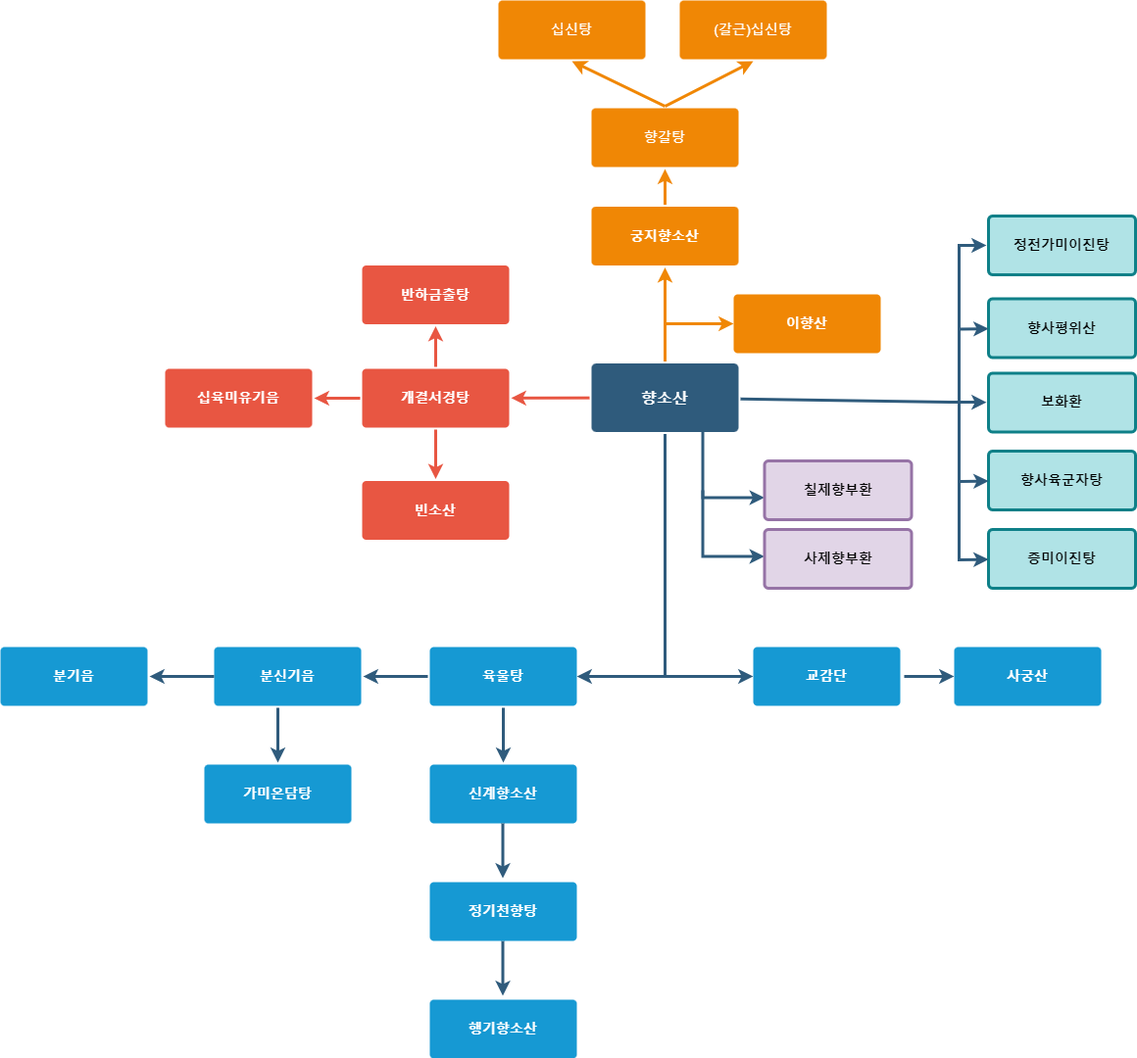
Jinzin71/sparta keeps this draw.io diagram as 향소산플로우차트.drawio.png. Above is the earlier version. Source tidied: cells renumbered, new cells last; positions are measured from the earlier drawing's top-left corner, leaving out a move shared by most shapes.
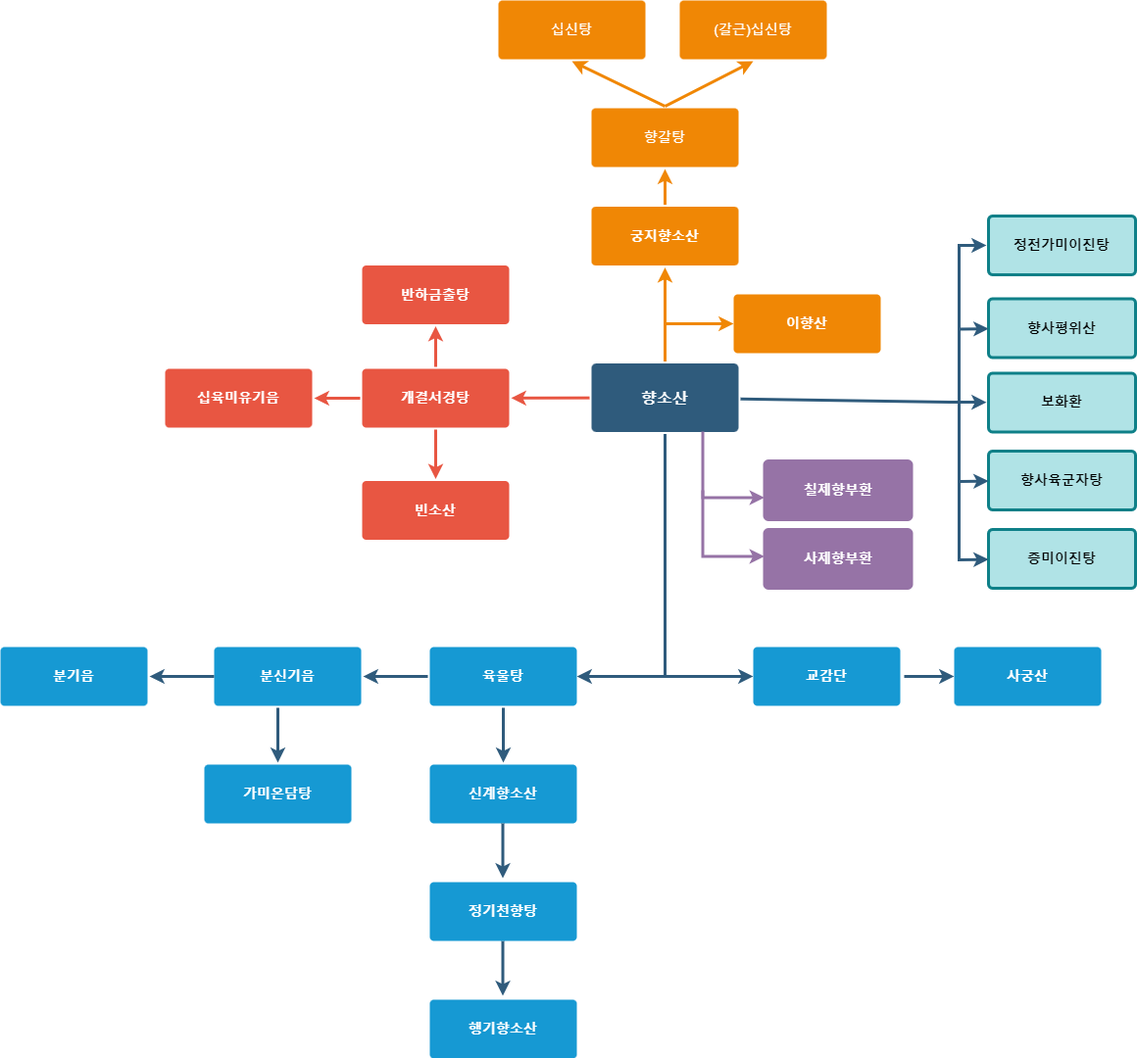
The same diagram one commit later.

Commit message:
향소산플로우차트.drawio.png 업데이트

Diff of the diagram source:
```diff
@@ -100,7 +100,7 @@
     <mxCell id="29" value="빈소산" style="rounded=1;whiteSpace=wrap;html=1;shadow=0;labelBackgroundColor=none;strokeColor=none;strokeWidth=3;fillColor=#E85642;fontFamily=Helvetica;fontSize=14;fontColor=#FFFFFF;align=center;spacing=5;fontStyle=1;arcSize=7;perimeterSpacing=2;" parent="1" vertex="1">
       <mxGeometry x="369" y="490.5" width="150" height="60" as="geometry" />
     </mxCell>
-    <mxCell id="30" style="edgeStyle=none;rounded=0;jumpStyle=none;html=1;shadow=0;labelBackgroundColor=none;startArrow=none;startFill=0;endArrow=classic;endFill=1;jettySize=auto;orthogonalLoop=1;strokeColor=#2F5B7C;strokeWidth=3;fontFamily=Helvetica;fontSize=16;fontColor=#23445D;spacing=5;exitX=1;exitY=1;exitDx=0;exitDy=0;" parent="1" edge="1">
+    <mxCell id="30" style="edgeStyle=none;rounded=0;jumpStyle=none;html=1;shadow=0;labelBackgroundColor=none;startArrow=none;startFill=0;endArrow=classic;endFill=1;jettySize=auto;orthogonalLoop=1;strokeColor=#9673A6;strokeWidth=3;fontFamily=Helvetica;fontSize=16;fontColor=#23445D;spacing=5;exitX=1;exitY=1;exitDx=0;exitDy=0;" parent="1" edge="1">
       <mxGeometry relative="1" as="geometry">
         <mxPoint x="716.5" y="440" as="sourcePoint" />
         <mxPoint x="779.5" y="507.5" as="targetPoint" />
@@ -109,10 +109,10 @@
         </Array>
       </mxGeometry>
     </mxCell>
-    <mxCell id="31" value="칠제향부환" style="rounded=1;whiteSpace=wrap;html=1;shadow=0;labelBackgroundColor=none;strokeColor=#9673a6;strokeWidth=3;fillColor=#e1d5e7;fontFamily=Helvetica;fontSize=14;align=center;spacing=5;fontStyle=1;arcSize=7;perimeterSpacing=2;" parent="1" vertex="1">
+    <mxCell id="31" value="&lt;font color=&quot;#ffffff&quot;&gt;칠제향부환&lt;/font&gt;" style="rounded=1;whiteSpace=wrap;html=1;shadow=0;labelBackgroundColor=none;strokeColor=#9673A6;strokeWidth=3;fillColor=#9673A6;fontFamily=Helvetica;fontSize=14;align=center;spacing=5;fontStyle=1;arcSize=7;perimeterSpacing=2;" parent="1" vertex="1">
       <mxGeometry x="779.5" y="470" width="150" height="60" as="geometry" />
     </mxCell>
-    <mxCell id="32" style="edgeStyle=none;rounded=0;jumpStyle=none;html=1;shadow=0;labelBackgroundColor=none;startArrow=none;startFill=0;endArrow=classic;endFill=1;jettySize=auto;orthogonalLoop=1;strokeColor=#2F5B7C;strokeWidth=3;fontFamily=Helvetica;fontSize=16;fontColor=#23445D;spacing=5;exitX=1;exitY=1;exitDx=0;exitDy=0;" parent="1" edge="1">
+    <mxCell id="32" style="edgeStyle=none;rounded=0;jumpStyle=none;html=1;shadow=0;labelBackgroundColor=none;startArrow=none;startFill=0;endArrow=classic;endFill=1;jettySize=auto;orthogonalLoop=1;strokeColor=#9673A6;strokeWidth=3;fontFamily=Helvetica;fontSize=16;fontColor=#23445D;spacing=5;exitX=1;exitY=1;exitDx=0;exitDy=0;" parent="1" edge="1">
       <mxGeometry relative="1" as="geometry">
         <mxPoint x="716.5" y="500" as="sourcePoint" />
         <mxPoint x="779.5" y="567.5" as="targetPoint" />
@@ -121,7 +121,7 @@
         </Array>
       </mxGeometry>
     </mxCell>
-    <mxCell id="33" value="사제향부환" style="rounded=1;whiteSpace=wrap;html=1;shadow=0;labelBackgroundColor=none;strokeColor=#9673a6;strokeWidth=3;fillColor=#e1d5e7;fontFamily=Helvetica;fontSize=14;align=center;spacing=5;fontStyle=1;arcSize=7;perimeterSpacing=2;" parent="1" vertex="1">
+    <mxCell id="33" value="&lt;font color=&quot;#ffffff&quot;&gt;사제향부환&lt;/font&gt;" style="rounded=1;whiteSpace=wrap;html=1;shadow=0;labelBackgroundColor=none;strokeColor=#9673a6;strokeWidth=3;fillColor=#9673A6;fontFamily=Helvetica;fontSize=14;align=center;spacing=5;fontStyle=1;arcSize=7;perimeterSpacing=2;" parent="1" vertex="1">
       <mxGeometry x="779.5" y="540" width="150" height="60" as="geometry" />
     </mxCell>
     <mxCell id="34" style="edgeStyle=none;rounded=0;jumpStyle=none;html=1;shadow=0;labelBackgroundColor=none;startArrow=none;startFill=0;endArrow=classic;endFill=1;jettySize=auto;orthogonalLoop=1;strokeColor=#2F5B7C;strokeWidth=3;fontFamily=Helvetica;fontSize=14;fontColor=#FFFFFF;spacing=5;fillColor=#0050ef;" parent="1" edge="1">
```
